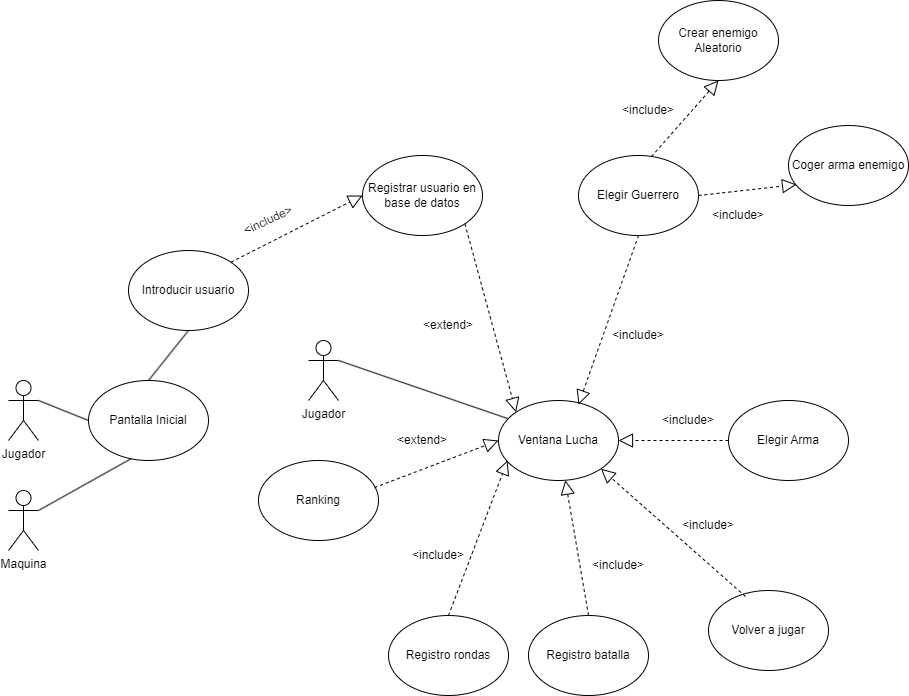
PatricioGitHub1/Projecte-BatallaRaces keeps this draw.io diagram as M5/diagrama_casos d'ús.png. Above is the earlier version. Source tidied: cells renumbered, new cells last; positions are measured from the earlier drawing's top-left corner, leaving out a move shared by most shapes. Its diagram source:
```xml
<mxGraphModel>
  <root>
    <mxCell id="0" />
    <mxCell id="1" parent="0" />
    <mxCell id="2" value="Jugador&lt;br&gt;" style="shape=umlActor;verticalLabelPosition=bottom;verticalAlign=top;html=1;outlineConnect=0;" parent="1" vertex="1">
      <mxGeometry y="380" width="30" height="60" as="geometry" />
    </mxCell>
    <mxCell id="3" style="endArrow=none;html=1;rounded=0;entryX=0;entryY=0.5;entryDx=0;entryDy=0;exitX=1;exitY=0.3333333333333333;exitDx=0;exitDy=0;exitPerimeter=0;" parent="1" edge="1" source="2" target="20">
      <mxGeometry relative="1" as="geometry" />
    </mxCell>
    <mxCell id="4" value="Introducir usuario" style="ellipse;whiteSpace=wrap;html=1;" parent="1" vertex="1">
      <mxGeometry x="120" y="250" width="120" height="80" as="geometry" />
    </mxCell>
    <mxCell id="5" value="Registrar usuario en base de datos" style="ellipse;whiteSpace=wrap;html=1;" parent="1" vertex="1">
      <mxGeometry x="354" y="155" width="120" height="80" as="geometry" />
    </mxCell>
    <mxCell id="6" value="&amp;lt;include&amp;gt;" style="text;html=1;strokeColor=none;fillColor=none;align=center;verticalAlign=middle;whiteSpace=wrap;rounded=0;rotation=-25;" parent="1" vertex="1">
      <mxGeometry x="230" y="205" width="60" height="30" as="geometry" />
    </mxCell>
    <mxCell id="7" style="endArrow=block;dashed=1;endFill=0;endSize=12;html=1;rounded=0;exitX=1;exitY=0;exitDx=0;exitDy=0;entryX=0;entryY=0.5;entryDx=0;entryDy=0;" parent="1" edge="1" source="4" target="5">
      <mxGeometry relative="1" as="geometry" />
    </mxCell>
    <mxCell id="8" value="Ventana Lucha" style="ellipse;whiteSpace=wrap;html=1;" parent="1" vertex="1">
      <mxGeometry x="490" y="400" width="120" height="80" as="geometry" />
    </mxCell>
    <mxCell id="9" style="endArrow=block;dashed=1;endFill=0;endSize=12;html=1;rounded=0;exitX=1;exitY=1;exitDx=0;exitDy=0;entryX=0;entryY=0;entryDx=0;entryDy=0;" parent="1" edge="1" source="5" target="8">
      <mxGeometry relative="1" as="geometry" />
    </mxCell>
    <mxCell id="10" value="&amp;lt;extend&amp;gt;" style="text;html=1;strokeColor=none;fillColor=none;align=center;verticalAlign=middle;whiteSpace=wrap;rounded=0;rotation=0;" parent="1" vertex="1">
      <mxGeometry x="410" y="310" width="60" height="30" as="geometry" />
    </mxCell>
    <mxCell id="11" value="Elegir Guerrero" style="ellipse;whiteSpace=wrap;html=1;" parent="1" vertex="1">
      <mxGeometry x="570" y="155" width="120" height="80" as="geometry" />
    </mxCell>
    <mxCell id="12" style="endArrow=block;dashed=1;endFill=0;endSize=12;html=1;rounded=0;exitX=0.5;exitY=1;exitDx=0;exitDy=0;entryX=0.667;entryY=0.05;entryDx=0;entryDy=0;entryPerimeter=0;" parent="1" edge="1" source="11" target="8">
      <mxGeometry relative="1" as="geometry" />
    </mxCell>
    <mxCell id="13" value="&amp;lt;include&amp;gt;" style="text;html=1;strokeColor=none;fillColor=none;align=center;verticalAlign=middle;whiteSpace=wrap;rounded=0;rotation=0;" parent="1" vertex="1">
      <mxGeometry x="600" y="320" width="60" height="30" as="geometry" />
    </mxCell>
    <mxCell id="14" value="Registro batalla" style="ellipse;whiteSpace=wrap;html=1;" parent="1" vertex="1">
      <mxGeometry x="520" y="615" width="120" height="80" as="geometry" />
    </mxCell>
    <mxCell id="15" value="Registro rondas" style="ellipse;whiteSpace=wrap;html=1;" parent="1" vertex="1">
      <mxGeometry x="380" y="615" width="120" height="80" as="geometry" />
    </mxCell>
    <mxCell id="16" style="endArrow=block;dashed=1;endFill=0;endSize=12;html=1;rounded=0;exitX=0.5;exitY=0;exitDx=0;exitDy=0;entryX=0.075;entryY=0.75;entryDx=0;entryDy=0;entryPerimeter=0;" parent="1" edge="1" source="15" target="8">
      <mxGeometry relative="1" as="geometry" />
    </mxCell>
    <mxCell id="17" style="endArrow=block;dashed=1;endFill=0;endSize=12;html=1;rounded=0;exitX=0.5;exitY=0;exitDx=0;exitDy=0;" parent="1" edge="1" source="14" target="8">
      <mxGeometry relative="1" as="geometry" />
    </mxCell>
    <mxCell id="18" value="Elegir Arma" style="ellipse;whiteSpace=wrap;html=1;" parent="1" vertex="1">
      <mxGeometry x="720" y="400" width="120" height="80" as="geometry" />
    </mxCell>
    <mxCell id="19" style="endArrow=block;dashed=1;endFill=0;endSize=12;html=1;rounded=0;exitX=0;exitY=0.5;exitDx=0;exitDy=0;entryX=1;entryY=0.5;entryDx=0;entryDy=0;" parent="1" edge="1" source="18" target="8">
      <mxGeometry relative="1" as="geometry" />
    </mxCell>
    <mxCell id="20" value="Pantalla Inicial" style="ellipse;whiteSpace=wrap;html=1;" parent="1" vertex="1">
      <mxGeometry x="80" y="380" width="120" height="80" as="geometry" />
    </mxCell>
    <mxCell id="21" style="endArrow=none;html=1;rounded=0;entryX=0.5;entryY=1;entryDx=0;entryDy=0;exitX=0.5;exitY=0;exitDx=0;exitDy=0;" parent="1" edge="1" source="20" target="4">
      <mxGeometry relative="1" as="geometry" />
    </mxCell>
    <mxCell id="22" value="Maquina" style="shape=umlActor;verticalLabelPosition=bottom;verticalAlign=top;html=1;outlineConnect=0;" parent="1" vertex="1">
      <mxGeometry y="490" width="30" height="60" as="geometry" />
    </mxCell>
    <mxCell id="23" style="endArrow=none;html=1;rounded=0;entryX=0.358;entryY=0.975;entryDx=0;entryDy=0;entryPerimeter=0;exitX=1;exitY=0.3333333333333333;exitDx=0;exitDy=0;exitPerimeter=0;" parent="1" edge="1" source="22" target="20">
      <mxGeometry relative="1" as="geometry" />
    </mxCell>
    <mxCell id="24" value="Ranking" style="ellipse;whiteSpace=wrap;html=1;" parent="1" vertex="1">
      <mxGeometry x="250" y="460" width="120" height="80" as="geometry" />
    </mxCell>
    <mxCell id="25" style="endArrow=block;dashed=1;endFill=0;endSize=12;html=1;rounded=0;exitX=0.967;exitY=0.338;exitDx=0;exitDy=0;exitPerimeter=0;" parent="1" edge="1" source="24">
      <mxGeometry relative="1" as="geometry">
        <mxPoint x="490" y="440" as="targetPoint" />
      </mxGeometry>
    </mxCell>
    <mxCell id="26" value="&amp;lt;include&amp;gt;" style="text;html=1;strokeColor=none;fillColor=none;align=center;verticalAlign=middle;whiteSpace=wrap;rounded=0;rotation=0;" parent="1" vertex="1">
      <mxGeometry x="650" y="405" width="60" height="30" as="geometry" />
    </mxCell>
    <mxCell id="27" value="&amp;lt;include&amp;gt;" style="text;html=1;strokeColor=none;fillColor=none;align=center;verticalAlign=middle;whiteSpace=wrap;rounded=0;rotation=0;" parent="1" vertex="1">
      <mxGeometry x="400" y="540" width="60" height="30" as="geometry" />
    </mxCell>
    <mxCell id="28" value="&amp;lt;include&amp;gt;" style="text;html=1;strokeColor=none;fillColor=none;align=center;verticalAlign=middle;whiteSpace=wrap;rounded=0;rotation=0;" parent="1" vertex="1">
      <mxGeometry x="580" y="550" width="60" height="30" as="geometry" />
    </mxCell>
    <mxCell id="29" value="&amp;lt;extend&amp;gt;" style="text;html=1;strokeColor=none;fillColor=none;align=center;verticalAlign=middle;whiteSpace=wrap;rounded=0;rotation=0;" parent="1" vertex="1">
      <mxGeometry x="384" y="425" width="60" height="30" as="geometry" />
    </mxCell>
    <mxCell id="30" value="Volver a jugar" style="ellipse;whiteSpace=wrap;html=1;" parent="1" vertex="1">
      <mxGeometry x="700" y="590" width="120" height="80" as="geometry" />
    </mxCell>
    <mxCell id="31" style="endArrow=block;dashed=1;endFill=0;endSize=12;html=1;rounded=0;entryX=1;entryY=1;entryDx=0;entryDy=0;exitX=0.308;exitY=0.075;exitDx=0;exitDy=0;exitPerimeter=0;" parent="1" edge="1" source="30" target="8">
      <mxGeometry relative="1" as="geometry" />
    </mxCell>
    <mxCell id="32" value="&amp;lt;include&amp;gt;" style="text;html=1;strokeColor=none;fillColor=none;align=center;verticalAlign=middle;whiteSpace=wrap;rounded=0;rotation=0;" parent="1" vertex="1">
      <mxGeometry x="670" y="510" width="60" height="30" as="geometry" />
    </mxCell>
    <mxCell id="33" value="Jugador&lt;br&gt;" style="shape=umlActor;verticalLabelPosition=bottom;verticalAlign=top;html=1;outlineConnect=0;" parent="1" vertex="1">
      <mxGeometry x="300" y="340" width="30" height="60" as="geometry" />
    </mxCell>
    <mxCell id="34" style="endArrow=none;html=1;rounded=0;entryX=0.075;entryY=0.225;entryDx=0;entryDy=0;entryPerimeter=0;exitX=1;exitY=0.3333333333333333;exitDx=0;exitDy=0;exitPerimeter=0;" parent="1" edge="1" source="33" target="8">
      <mxGeometry relative="1" as="geometry" />
    </mxCell>
    <mxCell id="35" value="Crear enemigo Aleatorio" style="ellipse;whiteSpace=wrap;html=1;" parent="1" vertex="1">
      <mxGeometry x="650" width="120" height="80" as="geometry" />
    </mxCell>
    <mxCell id="36" value="Coger arma enemigo" style="ellipse;whiteSpace=wrap;html=1;" parent="1" vertex="1">
      <mxGeometry x="780" y="125" width="120" height="80" as="geometry" />
    </mxCell>
    <mxCell id="37" style="endArrow=block;dashed=1;endFill=0;endSize=12;html=1;rounded=0;entryX=0.5;entryY=1;entryDx=0;entryDy=0;exitX=0.608;exitY=0.013;exitDx=0;exitDy=0;exitPerimeter=0;" parent="1" edge="1" source="11" target="35">
      <mxGeometry relative="1" as="geometry" />
    </mxCell>
    <mxCell id="38" style="endArrow=block;dashed=1;endFill=0;endSize=12;html=1;rounded=0;entryX=0.067;entryY=0.738;entryDx=0;entryDy=0;entryPerimeter=0;exitX=1;exitY=0.5;exitDx=0;exitDy=0;" parent="1" edge="1" source="11" target="36">
      <mxGeometry relative="1" as="geometry" />
    </mxCell>
    <mxCell id="39" value="&amp;lt;include&amp;gt;" style="text;html=1;strokeColor=none;fillColor=none;align=center;verticalAlign=middle;whiteSpace=wrap;rounded=0;rotation=0;" parent="1" vertex="1">
      <mxGeometry x="700" y="200" width="60" height="30" as="geometry" />
    </mxCell>
    <mxCell id="40" value="&amp;lt;include&amp;gt;" style="text;html=1;strokeColor=none;fillColor=none;align=center;verticalAlign=middle;whiteSpace=wrap;rounded=0;rotation=0;" parent="1" vertex="1">
      <mxGeometry x="610" y="95" width="60" height="30" as="geometry" />
    </mxCell>
  </root>
</mxGraphModel>
```
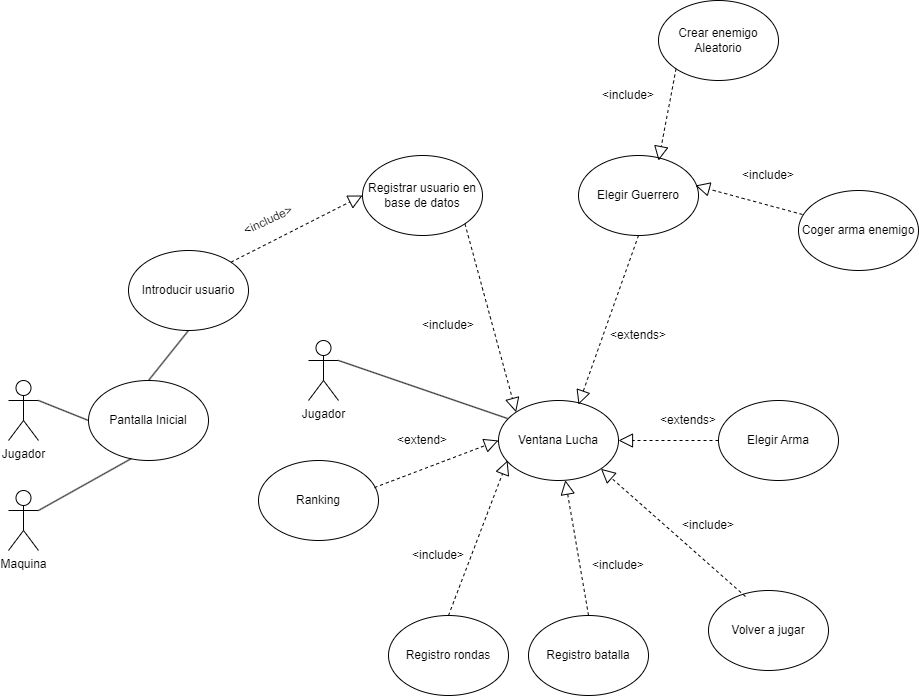
Above is the later version.

Change to the diagram source:
```diff
@@ -26,7 +26,7 @@
     <mxCell id="9" style="endArrow=block;dashed=1;endFill=0;endSize=12;html=1;rounded=0;exitX=1;exitY=1;exitDx=0;exitDy=0;entryX=0;entryY=0;entryDx=0;entryDy=0;" parent="1" edge="1" source="5" target="8">
       <mxGeometry relative="1" as="geometry" />
     </mxCell>
-    <mxCell id="10" value="&amp;lt;extend&amp;gt;" style="text;html=1;strokeColor=none;fillColor=none;align=center;verticalAlign=middle;whiteSpace=wrap;rounded=0;rotation=0;" parent="1" vertex="1">
+    <mxCell id="10" value="&amp;lt;include&amp;gt;" style="text;html=1;strokeColor=none;fillColor=none;align=center;verticalAlign=middle;whiteSpace=wrap;rounded=0;rotation=0;" parent="1" vertex="1">
       <mxGeometry x="410" y="310" width="60" height="30" as="geometry" />
     </mxCell>
     <mxCell id="11" value="Elegir Guerrero" style="ellipse;whiteSpace=wrap;html=1;" parent="1" vertex="1">
@@ -35,7 +35,7 @@
     <mxCell id="12" style="endArrow=block;dashed=1;endFill=0;endSize=12;html=1;rounded=0;exitX=0.5;exitY=1;exitDx=0;exitDy=0;entryX=0.667;entryY=0.05;entryDx=0;entryDy=0;entryPerimeter=0;" parent="1" edge="1" source="11" target="8">
       <mxGeometry relative="1" as="geometry" />
     </mxCell>
-    <mxCell id="13" value="&amp;lt;include&amp;gt;" style="text;html=1;strokeColor=none;fillColor=none;align=center;verticalAlign=middle;whiteSpace=wrap;rounded=0;rotation=0;" parent="1" vertex="1">
+    <mxCell id="13" value="&amp;lt;extends&amp;gt;" style="text;html=1;strokeColor=none;fillColor=none;align=center;verticalAlign=middle;whiteSpace=wrap;rounded=0;rotation=0;" parent="1" vertex="1">
       <mxGeometry x="600" y="320" width="60" height="30" as="geometry" />
     </mxCell>
     <mxCell id="14" value="Registro batalla" style="ellipse;whiteSpace=wrap;html=1;" parent="1" vertex="1">
@@ -51,7 +51,7 @@
       <mxGeometry relative="1" as="geometry" />
     </mxCell>
     <mxCell id="18" value="Elegir Arma" style="ellipse;whiteSpace=wrap;html=1;" parent="1" vertex="1">
-      <mxGeometry x="720" y="400" width="120" height="80" as="geometry" />
+      <mxGeometry x="710" y="400" width="120" height="80" as="geometry" />
     </mxCell>
     <mxCell id="19" style="endArrow=block;dashed=1;endFill=0;endSize=12;html=1;rounded=0;exitX=0;exitY=0.5;exitDx=0;exitDy=0;entryX=1;entryY=0.5;entryDx=0;entryDy=0;" parent="1" edge="1" source="18" target="8">
       <mxGeometry relative="1" as="geometry" />
@@ -76,7 +76,7 @@
         <mxPoint x="490" y="440" as="targetPoint" />
       </mxGeometry>
     </mxCell>
-    <mxCell id="26" value="&amp;lt;include&amp;gt;" style="text;html=1;strokeColor=none;fillColor=none;align=center;verticalAlign=middle;whiteSpace=wrap;rounded=0;rotation=0;" parent="1" vertex="1">
+    <mxCell id="26" value="&amp;lt;extends&amp;gt;" style="text;html=1;strokeColor=none;fillColor=none;align=center;verticalAlign=middle;whiteSpace=wrap;rounded=0;rotation=0;" parent="1" vertex="1">
       <mxGeometry x="650" y="405" width="60" height="30" as="geometry" />
     </mxCell>
     <mxCell id="27" value="&amp;lt;include&amp;gt;" style="text;html=1;strokeColor=none;fillColor=none;align=center;verticalAlign=middle;whiteSpace=wrap;rounded=0;rotation=0;" parent="1" vertex="1">
@@ -107,19 +107,19 @@
       <mxGeometry x="650" width="120" height="80" as="geometry" />
     </mxCell>
     <mxCell id="36" value="Coger arma enemigo" style="ellipse;whiteSpace=wrap;html=1;" parent="1" vertex="1">
-      <mxGeometry x="780" y="125" width="120" height="80" as="geometry" />
+      <mxGeometry x="790" y="190" width="120" height="80" as="geometry" />
     </mxCell>
-    <mxCell id="37" style="endArrow=block;dashed=1;endFill=0;endSize=12;html=1;rounded=0;entryX=0.5;entryY=1;entryDx=0;entryDy=0;exitX=0.608;exitY=0.013;exitDx=0;exitDy=0;exitPerimeter=0;" parent="1" edge="1" source="11" target="35">
+    <mxCell id="37" style="endArrow=block;dashed=1;endFill=0;endSize=12;html=1;rounded=0;entryX=0.667;entryY=0.063;entryDx=0;entryDy=0;exitX=0;exitY=1;exitDx=0;exitDy=0;entryPerimeter=0;" parent="1" edge="1" source="35" target="11">
       <mxGeometry relative="1" as="geometry" />
     </mxCell>
-    <mxCell id="38" style="endArrow=block;dashed=1;endFill=0;endSize=12;html=1;rounded=0;entryX=0.067;entryY=0.738;entryDx=0;entryDy=0;entryPerimeter=0;exitX=1;exitY=0.5;exitDx=0;exitDy=0;" parent="1" edge="1" source="11" target="36">
+    <mxCell id="38" style="endArrow=block;dashed=1;endFill=0;endSize=12;html=1;rounded=0;entryX=0.975;entryY=0.375;entryDx=0;entryDy=0;entryPerimeter=0;exitX=0.033;exitY=0.3;exitDx=0;exitDy=0;exitPerimeter=0;" parent="1" edge="1" source="36" target="11">
       <mxGeometry relative="1" as="geometry" />
     </mxCell>
     <mxCell id="39" value="&amp;lt;include&amp;gt;" style="text;html=1;strokeColor=none;fillColor=none;align=center;verticalAlign=middle;whiteSpace=wrap;rounded=0;rotation=0;" parent="1" vertex="1">
-      <mxGeometry x="700" y="200" width="60" height="30" as="geometry" />
+      <mxGeometry x="730" y="160" width="60" height="30" as="geometry" />
     </mxCell>
     <mxCell id="40" value="&amp;lt;include&amp;gt;" style="text;html=1;strokeColor=none;fillColor=none;align=center;verticalAlign=middle;whiteSpace=wrap;rounded=0;rotation=0;" parent="1" vertex="1">
-      <mxGeometry x="610" y="95" width="60" height="30" as="geometry" />
+      <mxGeometry x="590" y="80" width="60" height="30" as="geometry" />
     </mxCell>
   </root>
 </mxGraphModel>
```
